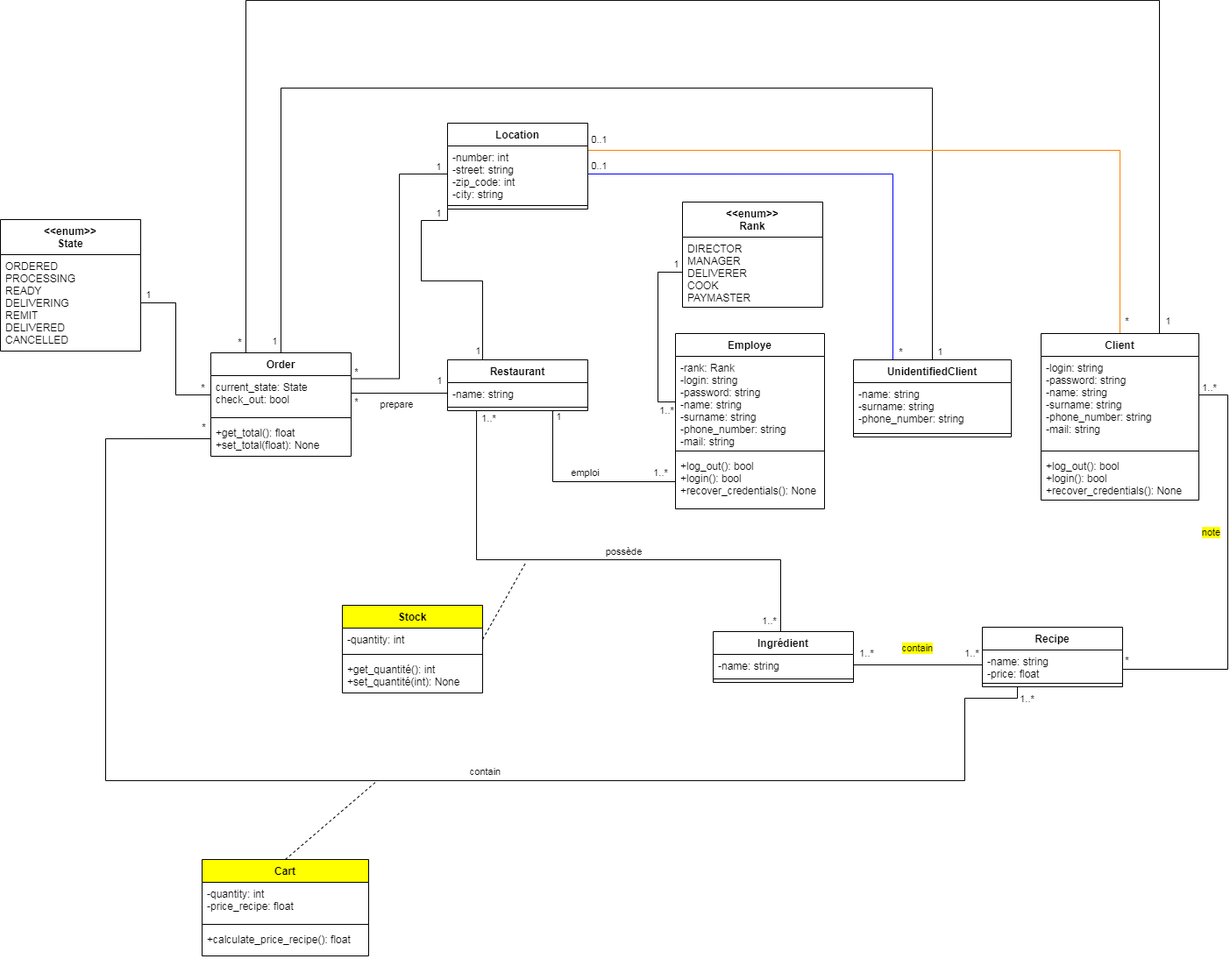
The draw.io diagram Class diagram.png in damien-devpy/OC-P6, before a commit. Source tidied: cells renumbered, new cells last; positions are measured from the earlier drawing's top-left corner, leaving out a move shared by most shapes.
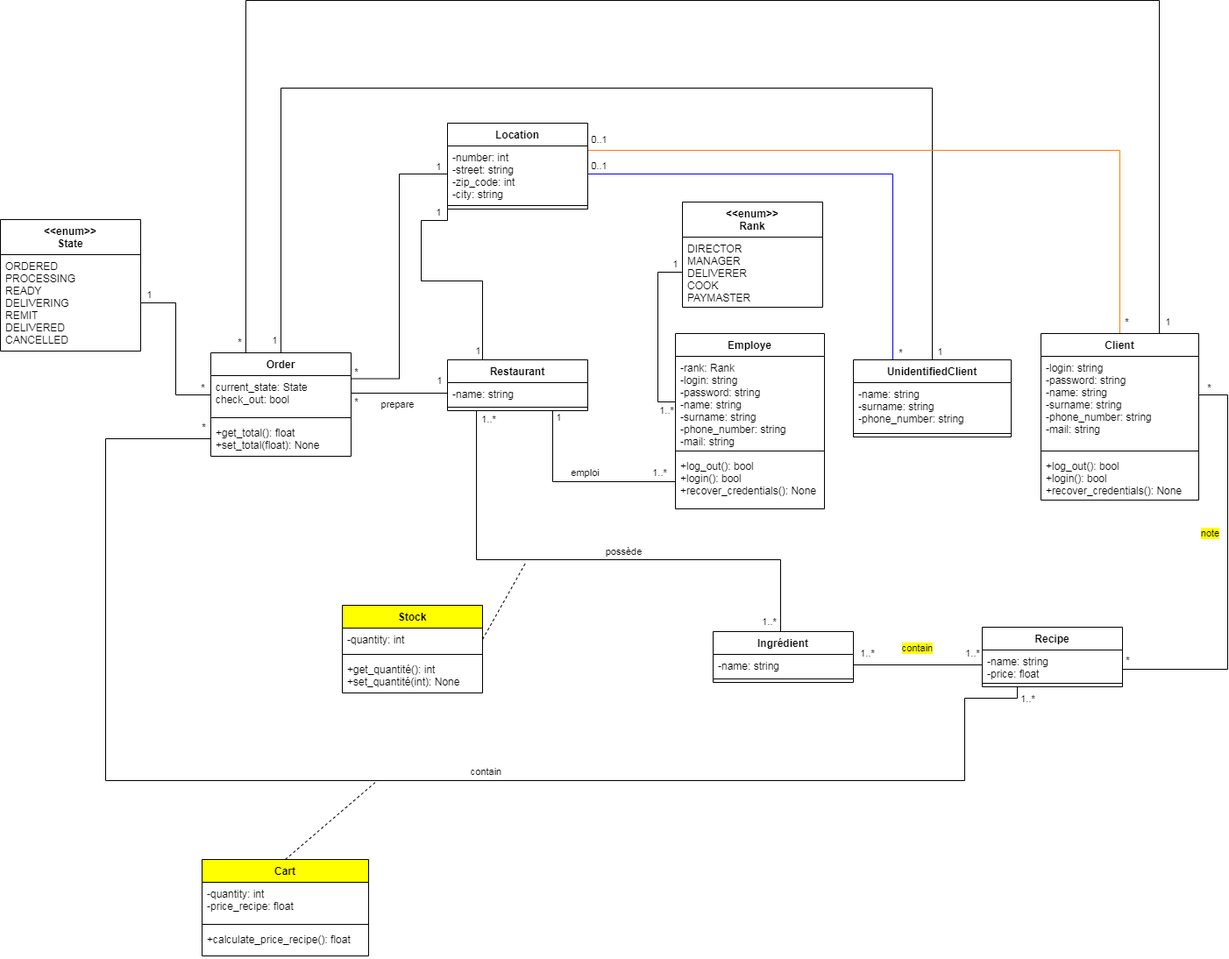
Above is the later version.

What changed in the source:
```diff
@@ -88,7 +88,7 @@
         <mxPoint x="-13.7" y="-12" as="offset" />
       </mxGeometry>
     </mxCell>
-    <mxCell id="18" value="1..*" style="edgeLabel;html=1;align=center;verticalAlign=middle;" parent="15" vertex="1">
+    <mxCell id="18" value="*" style="edgeLabel;html=1;align=center;verticalAlign=middle;" parent="15" vertex="1">
       <mxGeometry x="-0.89" y="-1" relative="1" as="geometry">
         <mxPoint x="-6.6" y="-10" as="offset" />
       </mxGeometry>
```
